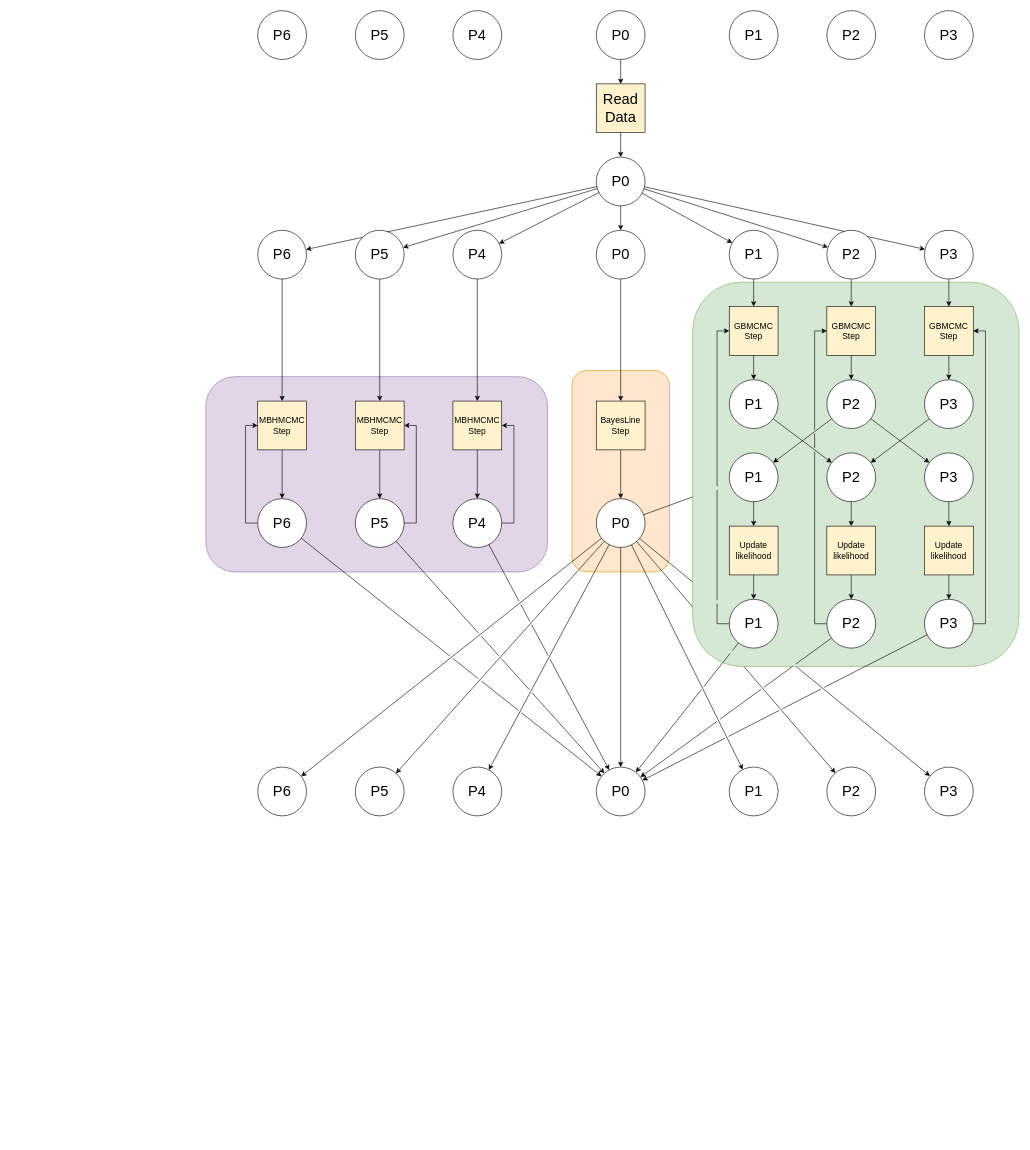
The draw.io diagram GlobalFit.drawio in tlittenberg/ldasoft, before the edit. Source tidied: cells renumbered, new cells numbered last; positions are measured from the earlier drawing's top-left corner, leaving out a move shared by most shapes. Both pictures are drawn from the tidied source at 61%, with x=0, y=0 at pixel (206, 10).
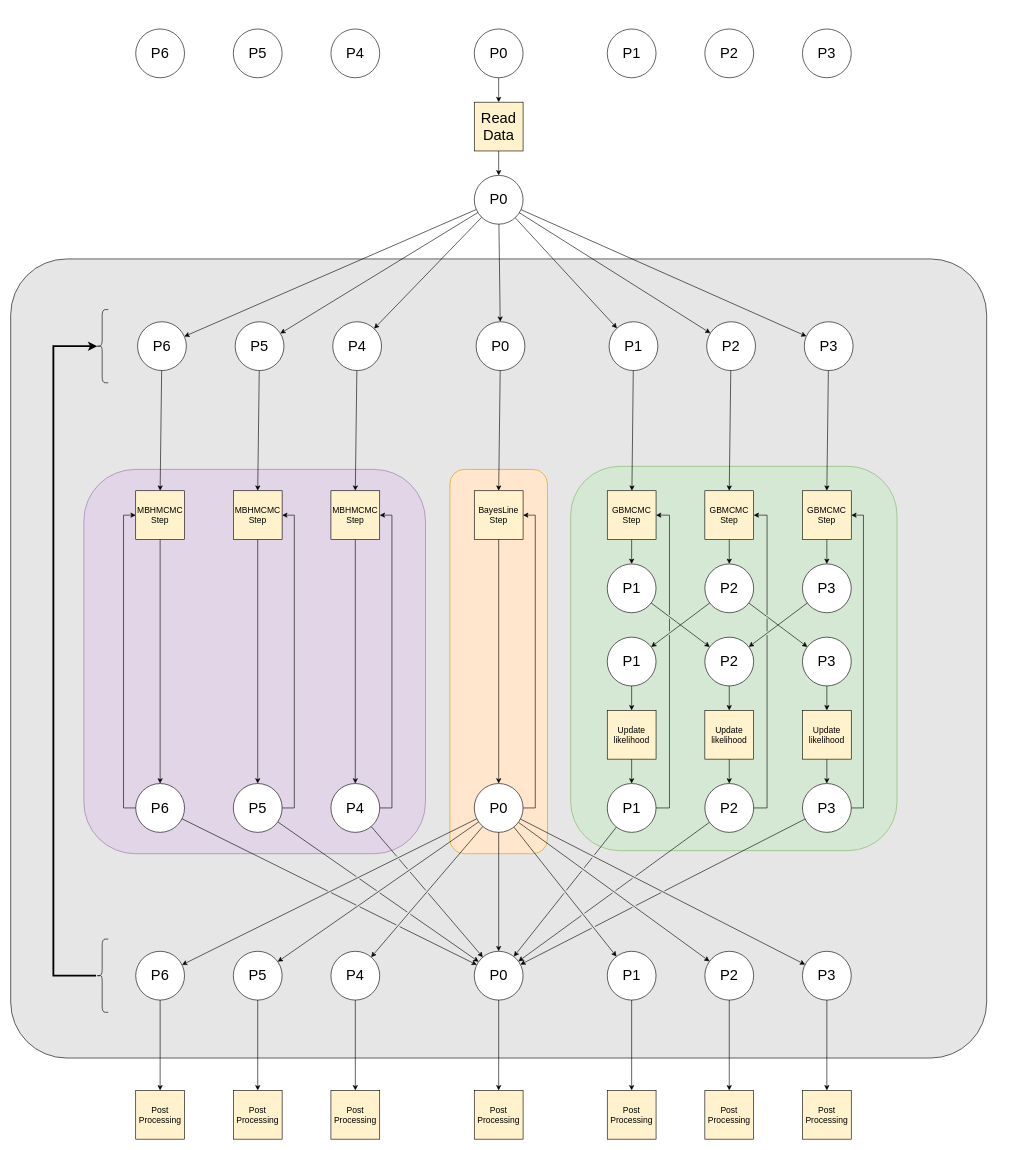
Above is the later version.

Change to the diagram source:
```diff
@@
+    <mxCell id="104" style="rounded=1;whiteSpace=wrap;html=1;strokeColor=#000000;fillColor=#E6E6E6;arcSize=7;" parent="1" vertex="1">
+      <mxGeometry x="-320" y="407" width="1600" height="1310" as="geometry" />
+    </mxCell>
     <mxCell id="2" style="rounded=1;whiteSpace=wrap;html=1;strokeColor=#d79b00;fontSize=14;fillColor=#ffe6cc;" parent="1" vertex="1">
-      <mxGeometry x="600" y="590" width="160" height="330" as="geometry" />
+      <mxGeometry x="400" y="752" width="160" height="630" as="geometry" />
     </mxCell>
     <mxCell id="3" style="rounded=1;whiteSpace=wrap;html=1;strokeColor=#9673a6;fontSize=14;fillColor=#e1d5e7;" parent="1" vertex="1">
-      <mxGeometry y="600" width="560" height="320" as="geometry" />
+      <mxGeometry x="-200" y="752" width="560" height="630" as="geometry" />
     </mxCell>
     <mxCell id="4" value="P0" style="ellipse;whiteSpace=wrap;html=1;fontSize=24;" parent="1" vertex="1">
-      <mxGeometry x="640" y="240" width="80" height="80" as="geometry" />
+      <mxGeometry x="440" y="270" width="80" height="80" as="geometry" />
     </mxCell>
     <mxCell id="5" value="P0" style="ellipse;whiteSpace=wrap;html=1;fontSize=24;" parent="1" vertex="1">
-      <mxGeometry x="640" y="360" width="80" height="80" as="geometry" />
+      <mxGeometry x="443" y="510" width="80" height="80" as="geometry" />
     </mxCell>
@@
     <mxCell id="10" value="BayesLine Step" style="rounded=0;whiteSpace=wrap;html=1;fontSize=14;fillColor=#fff2cc;" parent="1" vertex="1">
-      <mxGeometry x="640" y="640" width="80" height="80" as="geometry" />
+      <mxGeometry x="440" y="787" width="80" height="80" as="geometry" />
     </mxCell>
     <mxCell id="11" value="P3" style="ellipse;whiteSpace=wrap;html=1;fontSize=24;" parent="1" vertex="1">
-      <mxGeometry x="1178" width="80" height="80" as="geometry" />
+      <mxGeometry x="978" y="30" width="80" height="80" as="geometry" />
     </mxCell>
     <mxCell id="12" value="P2" style="ellipse;whiteSpace=wrap;html=1;fontSize=24;" parent="1" vertex="1">
-      <mxGeometry x="1018" width="80" height="80" as="geometry" />
+      <mxGeometry x="818" y="30" width="80" height="80" as="geometry" />
     </mxCell>
     <mxCell id="13" value="&lt;font style=&quot;font-size: 24px&quot;&gt;P1&lt;/font&gt;" style="ellipse;whiteSpace=wrap;html=1;fontSize=24;" parent="1" vertex="1">
-      <mxGeometry x="858" width="80" height="80" as="geometry" />
+      <mxGeometry x="658" y="30" width="80" height="80" as="geometry" />
     </mxCell>
     <mxCell id="14" value="&lt;font style=&quot;font-size: 24px&quot;&gt;P0&lt;/font&gt;" style="ellipse;whiteSpace=wrap;html=1;fontSize=24;" parent="1" vertex="1">
-      <mxGeometry x="640" width="80" height="80" as="geometry" />
+      <mxGeometry x="440" y="30" width="80" height="80" as="geometry" />
     </mxCell>
     <mxCell id="15" value="Read Data" style="rounded=0;whiteSpace=wrap;html=1;fontSize=24;fillColor=#fff2cc;" parent="1" vertex="1">
-      <mxGeometry x="640" y="120" width="80" height="80" as="geometry" />
+      <mxGeometry x="440" y="150" width="80" height="80" as="geometry" />
     </mxCell>
@@
+    <mxCell id="105" style="edgeStyle=orthogonalEdgeStyle;rounded=0;jumpStyle=gap;jettySize=auto;html=1;entryX=1;entryY=0.5;entryDx=0;entryDy=0;" parent="1" edge="1" source="21" target="10">
+      <mxGeometry relative="1" as="geometry">
+        <Array as="points">
+          <mxPoint x="540" y="1307" />
+          <mxPoint x="540" y="827" />
+        </Array>
+      </mxGeometry>
+    </mxCell>
     <mxCell id="21" value="P0" style="ellipse;whiteSpace=wrap;html=1;fontSize=24;" parent="1" vertex="1">
-      <mxGeometry x="640" y="800" width="80" height="80" as="geometry" />
+      <mxGeometry x="440" y="1267" width="80" height="80" as="geometry" />
     </mxCell>
+    <mxCell id="106" style="edgeStyle=orthogonalEdgeStyle;rounded=0;jumpStyle=gap;jettySize=auto;html=1;" parent="1" edge="1" source="22" target="119">
+      <mxGeometry relative="1" as="geometry" />
+    </mxCell>
     <mxCell id="22" value="P0" style="ellipse;whiteSpace=wrap;html=1;fontSize=24;" parent="1" vertex="1">
-      <mxGeometry x="640" y="1240" width="80" height="80" as="geometry" />
+      <mxGeometry x="440" y="1542" width="80" height="80" as="geometry" />
     </mxCell>
@@
+    <mxCell id="107" style="edgeStyle=orthogonalEdgeStyle;rounded=0;jumpStyle=gap;jettySize=auto;html=1;" parent="1" edge="1" source="24" target="122">
+      <mxGeometry relative="1" as="geometry" />
+    </mxCell>
     <mxCell id="24" value="P3" style="ellipse;whiteSpace=wrap;html=1;fontSize=24;" parent="1" vertex="1">
-      <mxGeometry x="1178" y="1240" width="80" height="80" as="geometry" />
+      <mxGeometry x="978" y="1542" width="80" height="80" as="geometry" />
     </mxCell>
+    <mxCell id="108" style="edgeStyle=orthogonalEdgeStyle;rounded=0;jumpStyle=gap;jettySize=auto;html=1;" parent="1" edge="1" source="25" target="121">
+      <mxGeometry relative="1" as="geometry" />
+    </mxCell>
     <mxCell id="25" value="P2" style="ellipse;whiteSpace=wrap;html=1;fontSize=24;" parent="1" vertex="1">
-      <mxGeometry x="1018" y="1240" width="80" height="80" as="geometry" />
+      <mxGeometry x="818" y="1542" width="80" height="80" as="geometry" />
     </mxCell>
+    <mxCell id="109" style="edgeStyle=orthogonalEdgeStyle;rounded=0;jumpStyle=gap;jettySize=auto;html=1;" parent="1" edge="1" source="26" target="120">
+      <mxGeometry relative="1" as="geometry" />
+    </mxCell>
     <mxCell id="26" value="P1" style="ellipse;whiteSpace=wrap;html=1;fontSize=24;" parent="1" vertex="1">
-      <mxGeometry x="858" y="1240" width="80" height="80" as="geometry" />
+      <mxGeometry x="658" y="1542" width="80" height="80" as="geometry" />
     </mxCell>
     <mxCell id="27" value="P6" style="ellipse;whiteSpace=wrap;html=1;fontSize=24;" parent="1" vertex="1">
-      <mxGeometry x="85" width="80" height="80" as="geometry" />
+      <mxGeometry x="-115" y="30" width="80" height="80" as="geometry" />
     </mxCell>
     <mxCell id="28" value="P5" style="ellipse;whiteSpace=wrap;html=1;fontSize=24;" parent="1" vertex="1">
-      <mxGeometry x="245" width="80" height="80" as="geometry" />
+      <mxGeometry x="45" y="30" width="80" height="80" as="geometry" />
     </mxCell>
     <mxCell id="29" value="P4" style="ellipse;whiteSpace=wrap;html=1;fontSize=24;" parent="1" vertex="1">
-      <mxGeometry x="405" width="80" height="80" as="geometry" />
+      <mxGeometry x="205" y="30" width="80" height="80" as="geometry" />
     </mxCell>
@@
     <mxCell id="33" value="MBHMCMC Step" style="rounded=0;whiteSpace=wrap;html=1;fontSize=14;fillColor=#fff2cc;" parent="1" vertex="1">
-      <mxGeometry x="85" y="640" width="80" height="80" as="geometry" />
+      <mxGeometry x="-115" y="787" width="80" height="80" as="geometry" />
     </mxCell>
     <mxCell id="34" value="MBHMCMC Step" style="rounded=0;whiteSpace=wrap;html=1;fontSize=14;fillColor=#fff2cc;" parent="1" vertex="1">
-      <mxGeometry x="245" y="640" width="80" height="80" as="geometry" />
+      <mxGeometry x="45" y="787" width="80" height="80" as="geometry" />
     </mxCell>
     <mxCell id="35" value="MBHMCMC Step" style="rounded=0;whiteSpace=wrap;html=1;fontSize=14;fillColor=#fff2cc;" parent="1" vertex="1">
-      <mxGeometry x="405" y="640" width="80" height="80" as="geometry" />
+      <mxGeometry x="205" y="787" width="80" height="80" as="geometry" />
     </mxCell>
@@
     <mxCell id="39" style="edgeStyle=orthogonalEdgeStyle;rounded=0;jettySize=auto;html=1;entryX=0;entryY=0.5;entryDx=0;entryDy=0;labelBackgroundColor=none;fontSize=24;" parent="1" edge="1" source="40" target="33">
       <mxGeometry relative="1" as="geometry">
         <Array as="points">
-          <mxPoint x="65" y="840" />
-          <mxPoint x="65" y="680" />
+          <mxPoint x="-135" y="1307" />
+          <mxPoint x="-135" y="827" />
         </Array>
       </mxGeometry>
     </mxCell>
     <mxCell id="40" value="P6" style="ellipse;whiteSpace=wrap;html=1;fontSize=24;" parent="1" vertex="1">
-      <mxGeometry x="85" y="800" width="80" height="80" as="geometry" />
+      <mxGeometry x="-115" y="1267" width="80" height="80" as="geometry" />
     </mxCell>
     <mxCell id="41" style="edgeStyle=orthogonalEdgeStyle;rounded=0;jettySize=auto;html=1;entryX=1;entryY=0.5;entryDx=0;entryDy=0;labelBackgroundColor=none;fontSize=24;" parent="1" edge="1" source="42" target="34">
       <mxGeometry relative="1" as="geometry">
         <Array as="points">
-          <mxPoint x="345" y="840" />
-          <mxPoint x="345" y="680" />
+          <mxPoint x="145" y="1307" />
+          <mxPoint x="145" y="827" />
         </Array>
       </mxGeometry>
     </mxCell>
     <mxCell id="42" value="P5" style="ellipse;whiteSpace=wrap;html=1;fontSize=24;" parent="1" vertex="1">
-      <mxGeometry x="245" y="800" width="80" height="80" as="geometry" />
+      <mxGeometry x="45" y="1267" width="80" height="80" as="geometry" />
     </mxCell>
     <mxCell id="43" style="edgeStyle=orthogonalEdgeStyle;rounded=0;jettySize=auto;html=1;entryX=1;entryY=0.5;entryDx=0;entryDy=0;labelBackgroundColor=none;fontSize=24;" parent="1" edge="1" source="44" target="35">
       <mxGeometry relative="1" as="geometry">
         <Array as="points">
-          <mxPoint x="505" y="840" />
-          <mxPoint x="505" y="680" />
+          <mxPoint x="305" y="1307" />
+          <mxPoint x="305" y="827" />
         </Array>
       </mxGeometry>
     </mxCell>
     <mxCell id="44" value="P4" style="ellipse;whiteSpace=wrap;html=1;fontSize=24;" parent="1" vertex="1">
-      <mxGeometry x="405" y="800" width="80" height="80" as="geometry" />
+      <mxGeometry x="205" y="1267" width="80" height="80" as="geometry" />
     </mxCell>
+    <mxCell id="110" style="edgeStyle=orthogonalEdgeStyle;rounded=0;jumpStyle=gap;jettySize=auto;html=1;" parent="1" edge="1" source="45" target="116">
+      <mxGeometry relative="1" as="geometry" />
+    </mxCell>
     <mxCell id="45" value="P6" style="ellipse;whiteSpace=wrap;html=1;fontSize=24;" parent="1" vertex="1">
-      <mxGeometry x="85" y="1240" width="80" height="80" as="geometry" />
+      <mxGeometry x="-115" y="1542" width="80" height="80" as="geometry" />
     </mxCell>
+    <mxCell id="111" style="edgeStyle=orthogonalEdgeStyle;rounded=0;jumpStyle=gap;jettySize=auto;html=1;" parent="1" edge="1" source="46" target="117">
+      <mxGeometry relative="1" as="geometry" />
+    </mxCell>
     <mxCell id="46" value="P5" style="ellipse;whiteSpace=wrap;html=1;fontSize=24;" parent="1" vertex="1">
-      <mxGeometry x="245" y="1240" width="80" height="80" as="geometry" />
+      <mxGeometry x="45" y="1542" width="80" height="80" as="geometry" />
     </mxCell>
+    <mxCell id="112" style="edgeStyle=orthogonalEdgeStyle;rounded=0;jumpStyle=gap;jettySize=auto;html=1;" parent="1" edge="1" source="47" target="118">
+      <mxGeometry relative="1" as="geometry" />
+    </mxCell>
     <mxCell id="47" value="P4" style="ellipse;whiteSpace=wrap;html=1;fontSize=24;" parent="1" vertex="1">
-      <mxGeometry x="405" y="1240" width="80" height="80" as="geometry" />
+      <mxGeometry x="205" y="1542" width="80" height="80" as="geometry" />
     </mxCell>
@@
     <mxCell id="60" style="rounded=1;whiteSpace=wrap;html=1;strokeColor=#82b366;fontSize=14;fillColor=#d5e8d4;" parent="1" vertex="1">
-      <mxGeometry x="798" y="445" width="535" height="630" as="geometry" />
+      <mxGeometry x="598" y="747" width="535" height="630" as="geometry" />
     </mxCell>
     <mxCell id="61" value="P1" style="ellipse;whiteSpace=wrap;html=1;fontSize=24;" parent="1" vertex="1">
-      <mxGeometry x="858" y="360" width="80" height="80" as="geometry" />
+      <mxGeometry x="661" y="510" width="80" height="80" as="geometry" />
     </mxCell>
     <mxCell id="62" value="P2" style="ellipse;whiteSpace=wrap;html=1;fontSize=24;" parent="1" vertex="1">
-      <mxGeometry x="1018" y="360" width="80" height="80" as="geometry" />
+      <mxGeometry x="821" y="510" width="80" height="80" as="geometry" />
     </mxCell>
     <mxCell id="63" value="P3" style="ellipse;whiteSpace=wrap;html=1;fontSize=24;" parent="1" vertex="1">
-      <mxGeometry x="1178" y="360" width="80" height="80" as="geometry" />
+      <mxGeometry x="981" y="510" width="80" height="80" as="geometry" />
     </mxCell>
     <mxCell id="64" value="GBMCMC Step" style="rounded=0;whiteSpace=wrap;html=1;fontSize=14;fillColor=#fff2cc;" parent="1" vertex="1">
-      <mxGeometry x="858" y="485" width="80" height="80" as="geometry" />
+      <mxGeometry x="658" y="787" width="80" height="80" as="geometry" />
     </mxCell>
     <mxCell id="65" value="GBMCMC Step" style="rounded=0;whiteSpace=wrap;html=1;fontSize=14;fillColor=#fff2cc;" parent="1" vertex="1">
-      <mxGeometry x="1018" y="485" width="80" height="80" as="geometry" />
+      <mxGeometry x="818" y="787" width="80" height="80" as="geometry" />
     </mxCell>
     <mxCell id="66" value="GBMCMC Step" style="rounded=0;whiteSpace=wrap;html=1;fontSize=14;fillColor=#fff2cc;" parent="1" vertex="1">
-      <mxGeometry x="1178" y="485" width="80" height="80" as="geometry" />
+      <mxGeometry x="978" y="787" width="80" height="80" as="geometry" />
     </mxCell>
     <mxCell id="67" value="P3" style="ellipse;whiteSpace=wrap;html=1;fontSize=24;" parent="1" vertex="1">
-      <mxGeometry x="1178" y="605" width="80" height="80" as="geometry" />
+      <mxGeometry x="978" y="907" width="80" height="80" as="geometry" />
     </mxCell>
     <mxCell id="68" value="P2" style="ellipse;whiteSpace=wrap;html=1;fontSize=24;" parent="1" vertex="1">
-      <mxGeometry x="1018" y="605" width="80" height="80" as="geometry" />
+      <mxGeometry x="818" y="907" width="80" height="80" as="geometry" />
     </mxCell>
     <mxCell id="69" value="P1" style="ellipse;whiteSpace=wrap;html=1;fontSize=24;" parent="1" vertex="1">
-      <mxGeometry x="858" y="605" width="80" height="80" as="geometry" />
+      <mxGeometry x="658" y="907" width="80" height="80" as="geometry" />
     </mxCell>
@@
     <mxCell id="73" value="P3" style="ellipse;whiteSpace=wrap;html=1;fontSize=24;" parent="1" vertex="1">
-      <mxGeometry x="1178" y="725" width="80" height="80" as="geometry" />
+      <mxGeometry x="978" y="1027" width="80" height="80" as="geometry" />
     </mxCell>
     <mxCell id="74" value="P2" style="ellipse;whiteSpace=wrap;html=1;fontSize=24;" parent="1" vertex="1">
-      <mxGeometry x="1018" y="725" width="80" height="80" as="geometry" />
+      <mxGeometry x="818" y="1027" width="80" height="80" as="geometry" />
     </mxCell>
     <mxCell id="75" value="P1" style="ellipse;whiteSpace=wrap;html=1;fontSize=24;" parent="1" vertex="1">
-      <mxGeometry x="858" y="725" width="80" height="80" as="geometry" />
+      <mxGeometry x="658" y="1027" width="80" height="80" as="geometry" />
     </mxCell>
@@
     <mxCell id="83" value="Update likelihood" style="rounded=0;whiteSpace=wrap;html=1;fontSize=14;fillColor=#fff2cc;" parent="1" vertex="1">
-      <mxGeometry x="1178" y="845" width="80" height="80" as="geometry" />
+      <mxGeometry x="978" y="1147" width="80" height="80" as="geometry" />
     </mxCell>
     <mxCell id="84" value="Update likelihood" style="rounded=0;whiteSpace=wrap;html=1;fontSize=14;fillColor=#fff2cc;" parent="1" vertex="1">
-      <mxGeometry x="1018" y="845" width="80" height="80" as="geometry" />
+      <mxGeometry x="818" y="1147" width="80" height="80" as="geometry" />
     </mxCell>
     <mxCell id="85" value="Update likelihood" style="rounded=0;whiteSpace=wrap;html=1;fontSize=14;fillColor=#fff2cc;" parent="1" vertex="1">
-      <mxGeometry x="858" y="845" width="80" height="80" as="geometry" />
+      <mxGeometry x="658" y="1147" width="80" height="80" as="geometry" />
     </mxCell>
@@
     <mxCell id="89" style="edgeStyle=orthogonalEdgeStyle;rounded=0;jumpStyle=gap;jettySize=auto;html=1;entryX=1;entryY=0.5;entryDx=0;entryDy=0;" parent="1" edge="1" source="90" target="66">
       <mxGeometry relative="1" as="geometry">
         <Array as="points">
-          <mxPoint x="1278" y="1005" />
-          <mxPoint x="1278" y="525" />
+          <mxPoint x="1078" y="1307" />
+          <mxPoint x="1078" y="827" />
         </Array>
       </mxGeometry>
     </mxCell>
     <mxCell id="90" value="P3" style="ellipse;whiteSpace=wrap;html=1;fontSize=24;" parent="1" vertex="1">
-      <mxGeometry x="1178" y="965" width="80" height="80" as="geometry" />
+      <mxGeometry x="978" y="1267" width="80" height="80" as="geometry" />
     </mxCell>
-    <mxCell id="91" style="edgeStyle=orthogonalEdgeStyle;rounded=0;jumpStyle=gap;jettySize=auto;html=1;entryX=0;entryY=0.5;entryDx=0;entryDy=0;" parent="1" edge="1" source="92" target="65">
+    <mxCell id="91" style="edgeStyle=orthogonalEdgeStyle;rounded=0;jumpStyle=gap;jettySize=auto;html=1;entryX=1;entryY=0.5;entryDx=0;entryDy=0;" parent="1" edge="1" source="92" target="65">
       <mxGeometry relative="1" as="geometry">
         <Array as="points">
-          <mxPoint x="998" y="1005" />
-          <mxPoint x="998" y="525" />
+          <mxPoint x="920" y="1307" />
+          <mxPoint x="920" y="827" />
         </Array>
       </mxGeometry>
     </mxCell>
     <mxCell id="92" value="P2" style="ellipse;whiteSpace=wrap;html=1;fontSize=24;" parent="1" vertex="1">
-      <mxGeometry x="1018" y="965" width="80" height="80" as="geometry" />
+      <mxGeometry x="818" y="1267" width="80" height="80" as="geometry" />
     </mxCell>
-    <mxCell id="93" style="edgeStyle=orthogonalEdgeStyle;rounded=0;jumpStyle=gap;jettySize=auto;html=1;entryX=0;entryY=0.5;entryDx=0;entryDy=0;" parent="1" edge="1" source="94" target="64">
+    <mxCell id="93" style="edgeStyle=orthogonalEdgeStyle;rounded=0;jumpStyle=gap;jettySize=auto;html=1;entryX=1;entryY=0.5;entryDx=0;entryDy=0;" parent="1" edge="1" source="94" target="64">
       <mxGeometry relative="1" as="geometry">
         <Array as="points">
-          <mxPoint x="838" y="1005" />
-          <mxPoint x="838" y="525" />
+          <mxPoint x="760" y="1307" />
+          <mxPoint x="760" y="827" />
         </Array>
       </mxGeometry>
     </mxCell>
     <mxCell id="94" value="P1" style="ellipse;whiteSpace=wrap;html=1;fontSize=24;" parent="1" vertex="1">
-      <mxGeometry x="858" y="965" width="80" height="80" as="geometry" />
+      <mxGeometry x="658" y="1267" width="80" height="80" as="geometry" />
     </mxCell>
@@
     <mxCell id="101" value="P6" style="ellipse;whiteSpace=wrap;html=1;fontSize=24;" parent="1" vertex="1">
-      <mxGeometry x="85" y="360" width="80" height="80" as="geometry" />
+      <mxGeometry x="-112" y="510" width="80" height="80" as="geometry" />
     </mxCell>
     <mxCell id="102" value="P5" style="ellipse;whiteSpace=wrap;html=1;fontSize=24;" parent="1" vertex="1">
-      <mxGeometry x="245" y="360" width="80" height="80" as="geometry" />
+      <mxGeometry x="48" y="510" width="80" height="80" as="geometry" />
     </mxCell>
     <mxCell id="103" value="P4" style="ellipse;whiteSpace=wrap;html=1;fontSize=24;" parent="1" vertex="1">
-      <mxGeometry x="405" y="360" width="80" height="80" as="geometry" />
+      <mxGeometry x="208" y="510" width="80" height="80" as="geometry" />
     </mxCell>
+    <mxCell id="113" style="edgeStyle=orthogonalEdgeStyle;rounded=0;jumpStyle=gap;jettySize=auto;html=1;entryX=0.1;entryY=0.5;entryDx=0;entryDy=0;entryPerimeter=0;strokeWidth=3;" parent="1" edge="1" source="114" target="115">
+      <mxGeometry relative="1" as="geometry">
+        <Array as="points">
+          <mxPoint x="-250" y="1582" />
+          <mxPoint x="-250" y="550" />
+        </Array>
+      </mxGeometry>
+    </mxCell>
+    <mxCell id="114" style="shape=curlyBracket;whiteSpace=wrap;html=1;rounded=1;strokeColor=#000000;fillColor=#E6E6E6;" parent="1" vertex="1">
+      <mxGeometry x="-180" y="1522" width="20" height="120" as="geometry" />
+    </mxCell>
+    <mxCell id="115" style="shape=curlyBracket;whiteSpace=wrap;html=1;rounded=1;strokeColor=#000000;fillColor=#E6E6E6;" parent="1" vertex="1">
+      <mxGeometry x="-180" y="490" width="20" height="120" as="geometry" />
+    </mxCell>
+    <mxCell id="116" value="Post Processing" style="rounded=0;whiteSpace=wrap;html=1;fontSize=14;fillColor=#fff2cc;" parent="1" vertex="1">
+      <mxGeometry x="-115" y="1770" width="80" height="80" as="geometry" />
+    </mxCell>
+    <mxCell id="117" value="Post Processing" style="rounded=0;whiteSpace=wrap;html=1;fontSize=14;fillColor=#fff2cc;" parent="1" vertex="1">
+      <mxGeometry x="45" y="1770" width="80" height="80" as="geometry" />
+    </mxCell>
+    <mxCell id="118" value="Post Processing" style="rounded=0;whiteSpace=wrap;html=1;fontSize=14;fillColor=#fff2cc;" parent="1" vertex="1">
+      <mxGeometry x="205" y="1770" width="80" height="80" as="geometry" />
+    </mxCell>
+    <mxCell id="119" value="Post Processing" style="rounded=0;whiteSpace=wrap;html=1;fontSize=14;fillColor=#fff2cc;" parent="1" vertex="1">
+      <mxGeometry x="440" y="1770" width="80" height="80" as="geometry" />
+    </mxCell>
+    <mxCell id="120" value="Post Processing" style="rounded=0;whiteSpace=wrap;html=1;fontSize=14;fillColor=#fff2cc;" parent="1" vertex="1">
+      <mxGeometry x="658" y="1770" width="80" height="80" as="geometry" />
+    </mxCell>
+    <mxCell id="121" value="Post Processing" style="rounded=0;whiteSpace=wrap;html=1;fontSize=14;fillColor=#fff2cc;" parent="1" vertex="1">
+      <mxGeometry x="818" y="1770" width="80" height="80" as="geometry" />
+    </mxCell>
+    <mxCell id="122" value="Post Processing" style="rounded=0;whiteSpace=wrap;html=1;fontSize=14;fillColor=#fff2cc;" parent="1" vertex="1">
+      <mxGeometry x="978" y="1770" width="80" height="80" as="geometry" />
+    </mxCell>
```
